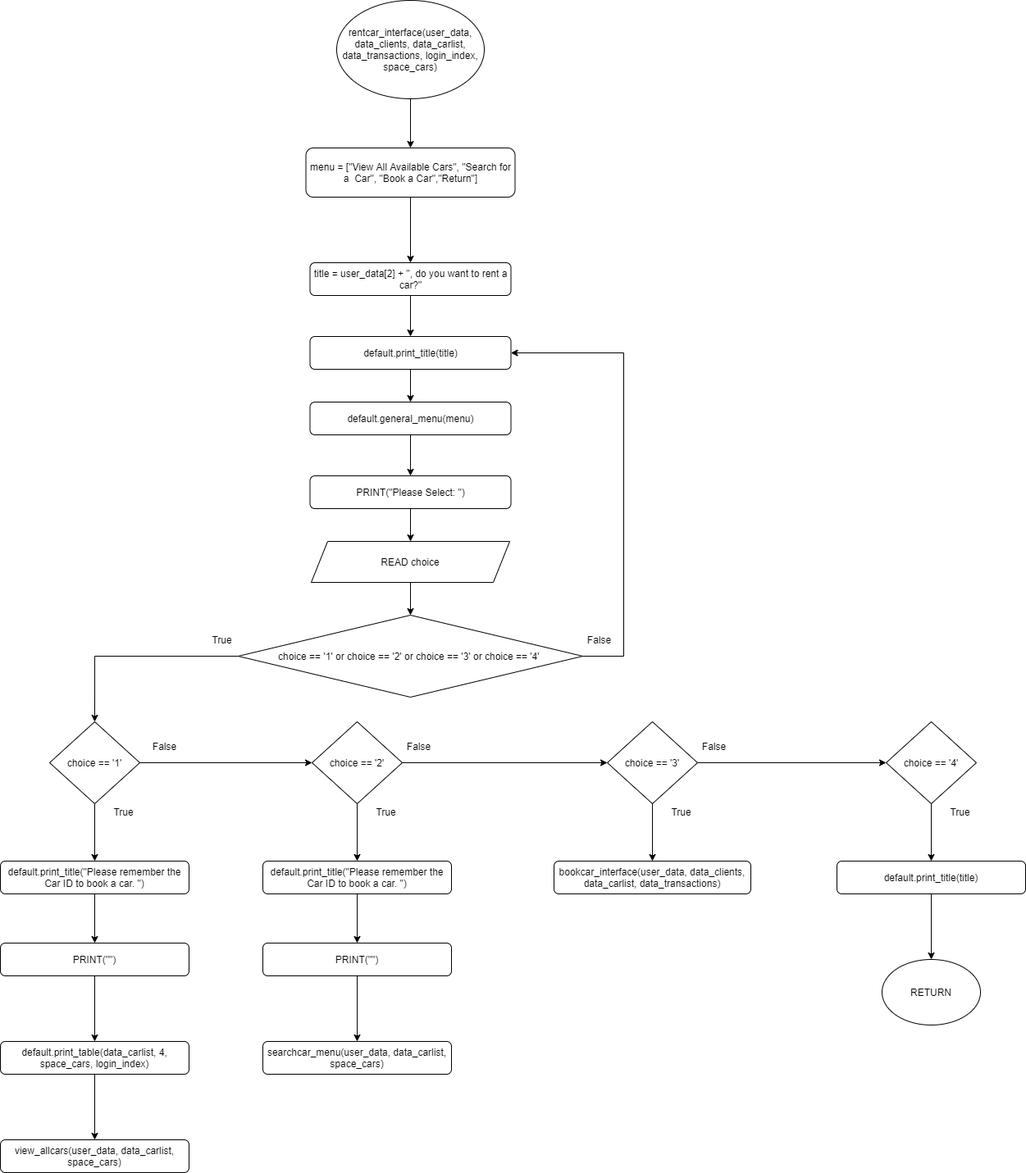
Above: Flowchart/clients/rentcar_interface.png in RabbitBear00/Car-Rental-System (draw.io), before the change. Source tidied: cells renumbered, new cells last; positions are measured from the earlier drawing's top-left corner, leaving out a move shared by most shapes. Its diagram source:
```xml
<mxGraphModel>
  <root>
    <mxCell id="0" />
    <mxCell id="1" parent="0" />
    <mxCell id="2" style="edgeStyle=orthogonalEdgeStyle;rounded=0;jettySize=auto;html=1;" parent="1" edge="1" source="3" target="5">
      <mxGeometry relative="1" as="geometry" />
    </mxCell>
    <mxCell id="3" value="rentcar_interface(user_data, data_clients, data_carlist, data_transactions, login_index, space_cars)" style="ellipse;whiteSpace=wrap;html=1;" parent="1" vertex="1">
      <mxGeometry x="410" width="180" height="120" as="geometry" />
    </mxCell>
    <mxCell id="4" style="edgeStyle=orthogonalEdgeStyle;rounded=0;jettySize=auto;html=1;" parent="1" edge="1" source="5" target="7">
      <mxGeometry relative="1" as="geometry" />
    </mxCell>
    <mxCell id="5" value="menu = [&quot;View All Available Cars&quot;, &quot;Search for a  Car&quot;, &quot;Book a Car&quot;,&quot;Return&quot;]" style="rounded=1;whiteSpace=wrap;html=1;" parent="1" vertex="1">
      <mxGeometry x="372.5" y="180" width="255" height="60" as="geometry" />
    </mxCell>
    <mxCell id="6" style="edgeStyle=orthogonalEdgeStyle;rounded=0;jettySize=auto;html=1;" parent="1" edge="1" source="7" target="12">
      <mxGeometry relative="1" as="geometry" />
    </mxCell>
    <mxCell id="7" value="title = user_data[2] + &quot;, do you want to rent a car?&quot;" style="rounded=1;whiteSpace=wrap;html=1;" parent="1" vertex="1">
      <mxGeometry x="377.5" y="320" width="245" height="40" as="geometry" />
    </mxCell>
    <mxCell id="8" style="edgeStyle=orthogonalEdgeStyle;rounded=0;jettySize=auto;html=1;exitX=0;exitY=0.5;exitDx=0;exitDy=0;entryX=0.5;entryY=0;entryDx=0;entryDy=0;" parent="1" edge="1" source="10" target="21">
      <mxGeometry relative="1" as="geometry" />
    </mxCell>
    <mxCell id="9" style="edgeStyle=orthogonalEdgeStyle;rounded=0;jettySize=auto;html=1;entryX=1;entryY=0.5;entryDx=0;entryDy=0;" parent="1" edge="1" source="10" target="12">
      <mxGeometry relative="1" as="geometry">
        <Array as="points">
          <mxPoint x="760" y="800" />
          <mxPoint x="760" y="430" />
        </Array>
      </mxGeometry>
    </mxCell>
    <mxCell id="10" value="choice == '1' or choice == '2' or choice == '3' or choice == '4'&amp;nbsp;" style="rhombus;whiteSpace=wrap;html=1;" parent="1" vertex="1">
      <mxGeometry x="290" y="750" width="420" height="100" as="geometry" />
    </mxCell>
    <mxCell id="11" style="edgeStyle=orthogonalEdgeStyle;rounded=0;jettySize=auto;html=1;" parent="1" edge="1" source="12" target="14">
      <mxGeometry relative="1" as="geometry" />
    </mxCell>
    <mxCell id="12" value="default.print_title(title)" style="rounded=1;whiteSpace=wrap;html=1;" parent="1" vertex="1">
      <mxGeometry x="377.5" y="410" width="245" height="40" as="geometry" />
    </mxCell>
    <mxCell id="13" style="edgeStyle=orthogonalEdgeStyle;rounded=0;jettySize=auto;html=1;" parent="1" edge="1" source="14" target="16">
      <mxGeometry relative="1" as="geometry" />
    </mxCell>
    <mxCell id="14" value="default.general_menu(menu)" style="rounded=1;whiteSpace=wrap;html=1;" parent="1" vertex="1">
      <mxGeometry x="377.5" y="490" width="245" height="40" as="geometry" />
    </mxCell>
    <mxCell id="15" style="edgeStyle=orthogonalEdgeStyle;rounded=0;jettySize=auto;html=1;" parent="1" edge="1" source="16" target="18">
      <mxGeometry relative="1" as="geometry" />
    </mxCell>
    <mxCell id="16" value="PRINT(&quot;Please Select: &quot;)" style="rounded=1;whiteSpace=wrap;html=1;" parent="1" vertex="1">
      <mxGeometry x="377.5" y="580" width="245" height="40" as="geometry" />
    </mxCell>
    <mxCell id="17" style="edgeStyle=orthogonalEdgeStyle;rounded=0;jettySize=auto;html=1;" parent="1" edge="1" source="18" target="10">
      <mxGeometry relative="1" as="geometry" />
    </mxCell>
    <mxCell id="18" value="READ choice" style="shape=parallelogram;perimeter=parallelogramPerimeter;whiteSpace=wrap;html=1;fixedSize=1;" parent="1" vertex="1">
      <mxGeometry x="379" y="660" width="242" height="50" as="geometry" />
    </mxCell>
    <mxCell id="19" style="edgeStyle=orthogonalEdgeStyle;rounded=0;jettySize=auto;html=1;exitX=1;exitY=0.5;exitDx=0;exitDy=0;entryX=0;entryY=0.5;entryDx=0;entryDy=0;" parent="1" edge="1" source="21" target="24">
      <mxGeometry relative="1" as="geometry" />
    </mxCell>
    <mxCell id="20" style="edgeStyle=orthogonalEdgeStyle;rounded=0;jettySize=auto;html=1;" parent="1" edge="1" source="21" target="31">
      <mxGeometry relative="1" as="geometry" />
    </mxCell>
    <mxCell id="21" value="choice == '1'" style="rhombus;whiteSpace=wrap;html=1;" parent="1" vertex="1">
      <mxGeometry x="60" y="880" width="110" height="100" as="geometry" />
    </mxCell>
    <mxCell id="22" style="edgeStyle=orthogonalEdgeStyle;rounded=0;jettySize=auto;html=1;exitX=1;exitY=0.5;exitDx=0;exitDy=0;entryX=0;entryY=0.5;entryDx=0;entryDy=0;" parent="1" edge="1" source="24" target="27">
      <mxGeometry relative="1" as="geometry" />
    </mxCell>
    <mxCell id="23" style="edgeStyle=orthogonalEdgeStyle;rounded=0;jettySize=auto;html=1;" parent="1" edge="1" source="24" target="33">
      <mxGeometry relative="1" as="geometry" />
    </mxCell>
    <mxCell id="24" value="choice == '2'" style="rhombus;whiteSpace=wrap;html=1;" parent="1" vertex="1">
      <mxGeometry x="380" y="880" width="110" height="100" as="geometry" />
    </mxCell>
    <mxCell id="25" style="edgeStyle=orthogonalEdgeStyle;rounded=0;jettySize=auto;html=1;exitX=1;exitY=0.5;exitDx=0;exitDy=0;entryX=0;entryY=0.5;entryDx=0;entryDy=0;" parent="1" edge="1" source="27" target="29">
      <mxGeometry relative="1" as="geometry" />
    </mxCell>
    <mxCell id="26" style="edgeStyle=orthogonalEdgeStyle;rounded=0;jettySize=auto;html=1;" parent="1" edge="1" source="27" target="34">
      <mxGeometry relative="1" as="geometry" />
    </mxCell>
    <mxCell id="27" value="choice == '3'" style="rhombus;whiteSpace=wrap;html=1;" parent="1" vertex="1">
      <mxGeometry x="740" y="880" width="110" height="100" as="geometry" />
    </mxCell>
    <mxCell id="28" style="edgeStyle=orthogonalEdgeStyle;rounded=0;jettySize=auto;html=1;" parent="1" edge="1" source="29" target="36">
      <mxGeometry relative="1" as="geometry" />
    </mxCell>
    <mxCell id="29" value="choice == '4'" style="rhombus;whiteSpace=wrap;html=1;" parent="1" vertex="1">
      <mxGeometry x="1080" y="880" width="110" height="100" as="geometry" />
    </mxCell>
    <mxCell id="30" style="edgeStyle=orthogonalEdgeStyle;rounded=0;jettySize=auto;html=1;" parent="1" edge="1" source="31" target="38">
      <mxGeometry relative="1" as="geometry" />
    </mxCell>
    <mxCell id="31" value="default.print_title(&quot;Please remember the Car ID to book a car. &quot;)" style="rounded=1;whiteSpace=wrap;html=1;" parent="1" vertex="1">
      <mxGeometry y="1050" width="230" height="40" as="geometry" />
    </mxCell>
    <mxCell id="32" style="edgeStyle=orthogonalEdgeStyle;rounded=0;jettySize=auto;html=1;" parent="1" edge="1" source="33" target="40">
      <mxGeometry relative="1" as="geometry" />
    </mxCell>
    <mxCell id="33" value="default.print_title(&quot;Please remember the Car ID to book a car. &quot;)" style="rounded=1;whiteSpace=wrap;html=1;" parent="1" vertex="1">
      <mxGeometry x="320" y="1050" width="230" height="40" as="geometry" />
    </mxCell>
    <mxCell id="34" value="bookcar_interface(user_data, data_clients, data_carlist, data_transactions)" style="rounded=1;whiteSpace=wrap;html=1;" parent="1" vertex="1">
      <mxGeometry x="675" y="1050" width="240" height="40" as="geometry" />
    </mxCell>
    <mxCell id="35" style="edgeStyle=orthogonalEdgeStyle;rounded=0;jettySize=auto;html=1;" parent="1" edge="1" source="36" target="45">
      <mxGeometry relative="1" as="geometry" />
    </mxCell>
    <mxCell id="36" value="default.print_title(title)" style="rounded=1;whiteSpace=wrap;html=1;" parent="1" vertex="1">
      <mxGeometry x="1020" y="1050" width="230" height="40" as="geometry" />
    </mxCell>
    <mxCell id="37" style="edgeStyle=orthogonalEdgeStyle;rounded=0;jettySize=auto;html=1;" parent="1" edge="1" source="38" target="42">
      <mxGeometry relative="1" as="geometry" />
    </mxCell>
    <mxCell id="38" value="PRINT(&quot;&quot;)" style="rounded=1;whiteSpace=wrap;html=1;" parent="1" vertex="1">
      <mxGeometry y="1150" width="230" height="40" as="geometry" />
    </mxCell>
    <mxCell id="39" style="edgeStyle=orthogonalEdgeStyle;rounded=0;jettySize=auto;html=1;" parent="1" edge="1" source="40" target="44">
      <mxGeometry relative="1" as="geometry" />
    </mxCell>
    <mxCell id="40" value="PRINT(&quot;&quot;)" style="rounded=1;whiteSpace=wrap;html=1;" parent="1" vertex="1">
      <mxGeometry x="320" y="1150" width="230" height="40" as="geometry" />
    </mxCell>
    <mxCell id="41" style="edgeStyle=orthogonalEdgeStyle;rounded=0;jettySize=auto;html=1;" parent="1" edge="1" source="42" target="43">
      <mxGeometry relative="1" as="geometry" />
    </mxCell>
    <mxCell id="42" value="default.print_table(data_carlist, 4, space_cars, login_index)" style="rounded=1;whiteSpace=wrap;html=1;" parent="1" vertex="1">
      <mxGeometry y="1270" width="230" height="40" as="geometry" />
    </mxCell>
    <mxCell id="43" value="view_allcars(user_data, data_carlist, space_cars)" style="rounded=1;whiteSpace=wrap;html=1;" parent="1" vertex="1">
      <mxGeometry y="1390" width="230" height="40" as="geometry" />
    </mxCell>
    <mxCell id="44" value="searchcar_menu(user_data, data_carlist, space_cars)" style="rounded=1;whiteSpace=wrap;html=1;" parent="1" vertex="1">
      <mxGeometry x="320" y="1270" width="230" height="40" as="geometry" />
    </mxCell>
    <mxCell id="45" value="RETURN" style="ellipse;whiteSpace=wrap;html=1;" parent="1" vertex="1">
      <mxGeometry x="1075" y="1170" width="120" height="80" as="geometry" />
    </mxCell>
    <mxCell id="46" value="False" style="text;html=1;align=center;verticalAlign=middle;strokeColor=none;" parent="1" vertex="1">
      <mxGeometry x="710" y="770" width="40" height="20" as="geometry" />
    </mxCell>
    <mxCell id="47" value="True" style="text;html=1;align=center;verticalAlign=middle;strokeColor=none;" parent="1" vertex="1">
      <mxGeometry x="250" y="770" width="40" height="20" as="geometry" />
    </mxCell>
    <mxCell id="48" value="False" style="text;html=1;align=center;verticalAlign=middle;strokeColor=none;" parent="1" vertex="1">
      <mxGeometry x="180" y="900" width="40" height="20" as="geometry" />
    </mxCell>
    <mxCell id="49" value="False" style="text;html=1;align=center;verticalAlign=middle;strokeColor=none;" parent="1" vertex="1">
      <mxGeometry x="490" y="900" width="40" height="20" as="geometry" />
    </mxCell>
    <mxCell id="50" value="False" style="text;html=1;align=center;verticalAlign=middle;strokeColor=none;" parent="1" vertex="1">
      <mxGeometry x="850" y="900" width="40" height="20" as="geometry" />
    </mxCell>
    <mxCell id="51" value="True" style="text;html=1;align=center;verticalAlign=middle;strokeColor=none;" parent="1" vertex="1">
      <mxGeometry x="130" y="980" width="40" height="20" as="geometry" />
    </mxCell>
    <mxCell id="52" value="True" style="text;html=1;align=center;verticalAlign=middle;strokeColor=none;" parent="1" vertex="1">
      <mxGeometry x="450" y="980" width="40" height="20" as="geometry" />
    </mxCell>
    <mxCell id="53" value="True" style="text;html=1;align=center;verticalAlign=middle;strokeColor=none;" parent="1" vertex="1">
      <mxGeometry x="810" y="980" width="40" height="20" as="geometry" />
    </mxCell>
    <mxCell id="54" value="True" style="text;html=1;align=center;verticalAlign=middle;strokeColor=none;" parent="1" vertex="1">
      <mxGeometry x="1150" y="980" width="40" height="20" as="geometry" />
    </mxCell>
  </root>
</mxGraphModel>
```
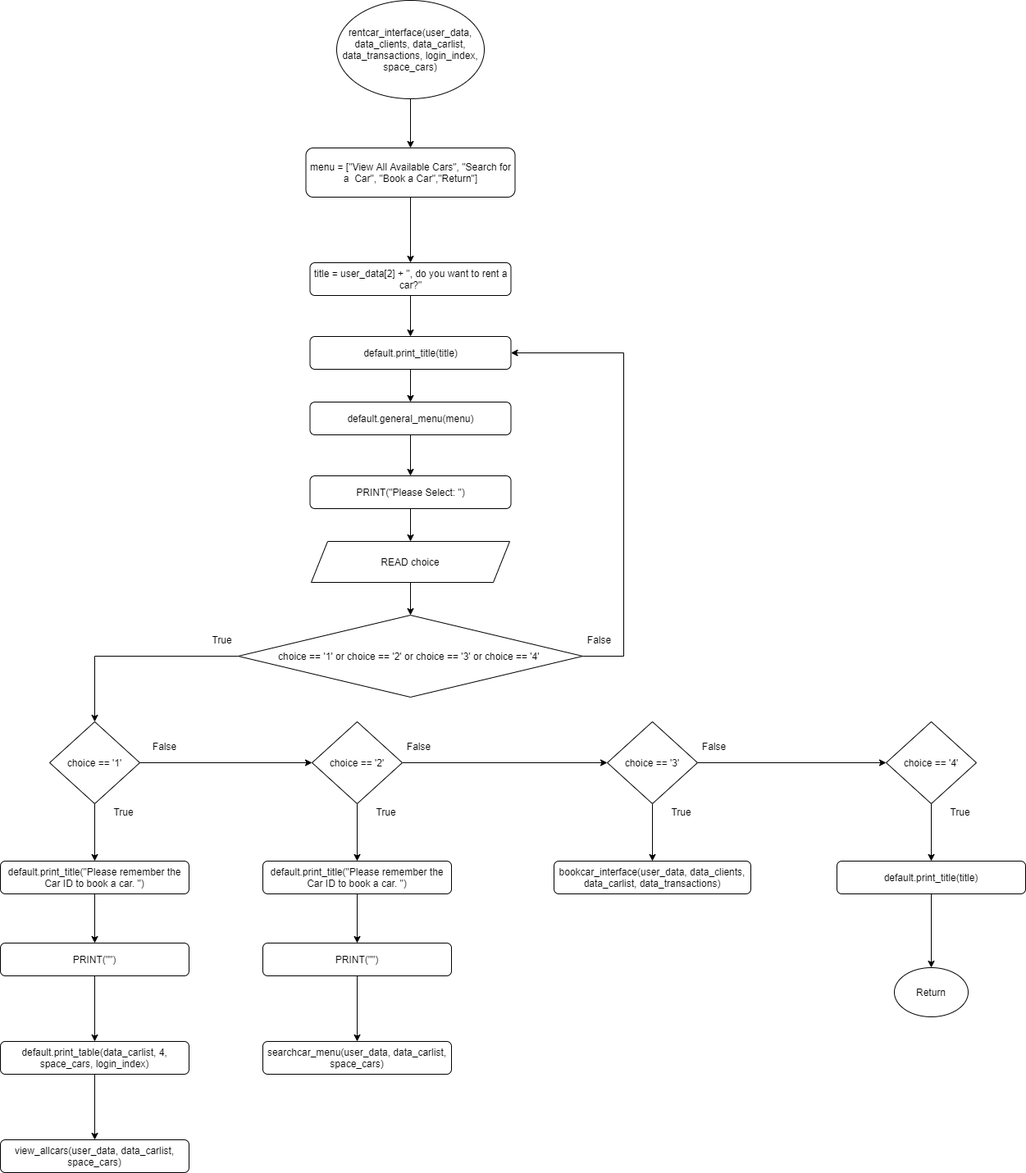
The same diagram one commit later.

Change to the diagram source:
```diff
@@ -106,9 +106,9 @@
     <mxCell id="34" value="bookcar_interface(user_data, data_clients, data_carlist, data_transactions)" style="rounded=1;whiteSpace=wrap;html=1;" parent="1" vertex="1">
       <mxGeometry x="675" y="1050" width="240" height="40" as="geometry" />
     </mxCell>
-    <mxCell id="35" style="edgeStyle=orthogonalEdgeStyle;rounded=0;jettySize=auto;html=1;" parent="1" edge="1" source="36" target="45">
-      <mxGeometry relative="1" as="geometry" />
-    </mxCell>
+    <mxCell id="55" style="edgeStyle=orthogonalEdgeStyle;rounded=0;jettySize=auto;html=1;entryX=0.5;entryY=0;entryDx=0;entryDy=0;" parent="1" edge="1" source="36" target="56">
+      <mxGeometry relative="1" as="geometry" />
+    </mxCell>
     <mxCell id="36" value="default.print_title(title)" style="rounded=1;whiteSpace=wrap;html=1;" parent="1" vertex="1">
       <mxGeometry x="1020" y="1050" width="230" height="40" as="geometry" />
     </mxCell>
@@ -136,9 +136,6 @@
     <mxCell id="44" value="searchcar_menu(user_data, data_carlist, space_cars)" style="rounded=1;whiteSpace=wrap;html=1;" parent="1" vertex="1">
       <mxGeometry x="320" y="1270" width="230" height="40" as="geometry" />
     </mxCell>
-    <mxCell id="45" value="RETURN" style="ellipse;whiteSpace=wrap;html=1;" parent="1" vertex="1">
-      <mxGeometry x="1075" y="1170" width="120" height="80" as="geometry" />
-    </mxCell>
     <mxCell id="46" value="False" style="text;html=1;align=center;verticalAlign=middle;strokeColor=none;" parent="1" vertex="1">
       <mxGeometry x="710" y="770" width="40" height="20" as="geometry" />
     </mxCell>
@@ -166,5 +163,8 @@
     <mxCell id="54" value="True" style="text;html=1;align=center;verticalAlign=middle;strokeColor=none;" parent="1" vertex="1">
       <mxGeometry x="1150" y="980" width="40" height="20" as="geometry" />
     </mxCell>
+    <mxCell id="56" value="Return" style="ellipse;whiteSpace=wrap;html=1;" parent="1" vertex="1">
+      <mxGeometry x="1090" y="1180" width="90" height="60" as="geometry" />
+    </mxCell>
   </root>
 </mxGraphModel>
```
